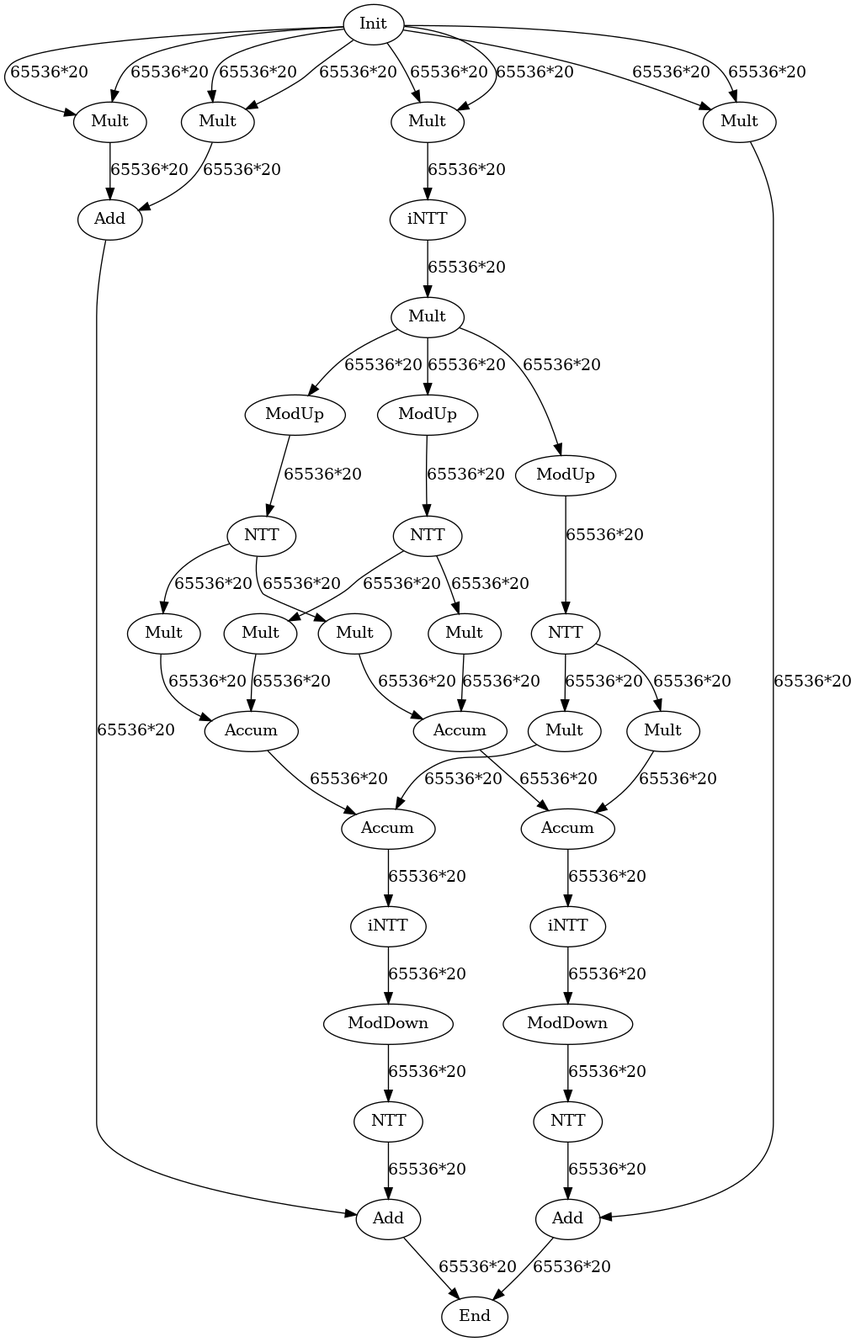
Earlier version of the Graphviz export data/graph_poly_hmult.dot.png (hal-lab-u-tokyo/PolyFHE). Its source is kept beside it as data/graph_poly_hmult.dot.
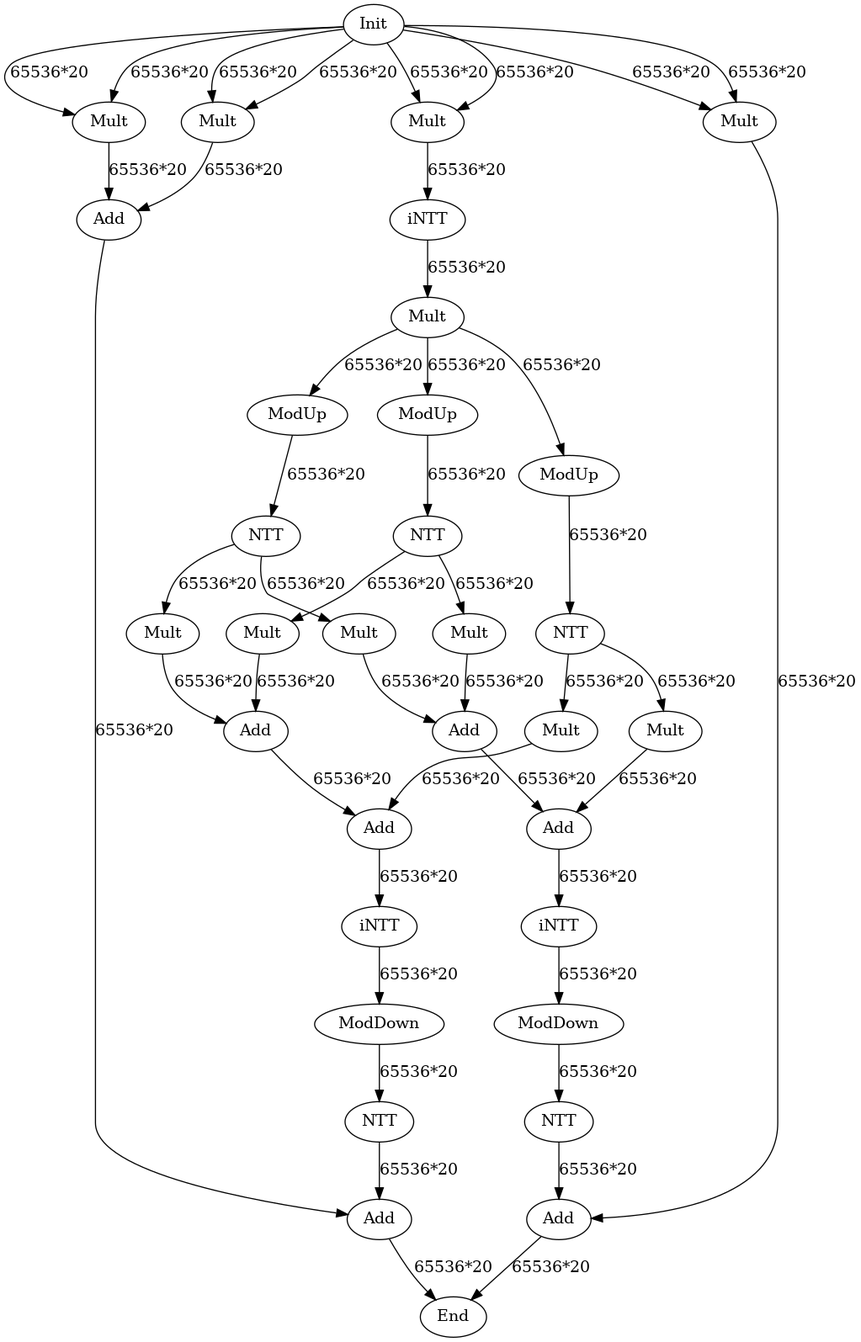
After the commit.

Change to the diagram source:
```diff
@@ -19,10 +19,10 @@
 MultKey_1_bx[label="Mult"];
 MultKey_2_ax[label="Mult"];
 MultKey_2_bx[label="Mult"];
-AddAccum_1_ax[label="Accum"];
-AddAccum_1_bx[label="Accum"];
-AddAccum_2_ax[label="Accum"];
-AddAccum_2_bx[label="Accum"];
+AddAccum_1_ax[label="Add"];
+AddAccum_1_bx[label="Add"];
+AddAccum_2_ax[label="Add"];
+AddAccum_2_bx[label="Add"];
 iNTT_ax[label="iNTT"];
 iNTT_bx[label="iNTT"];
 ModDown_ax[label="ModDown"];
```
